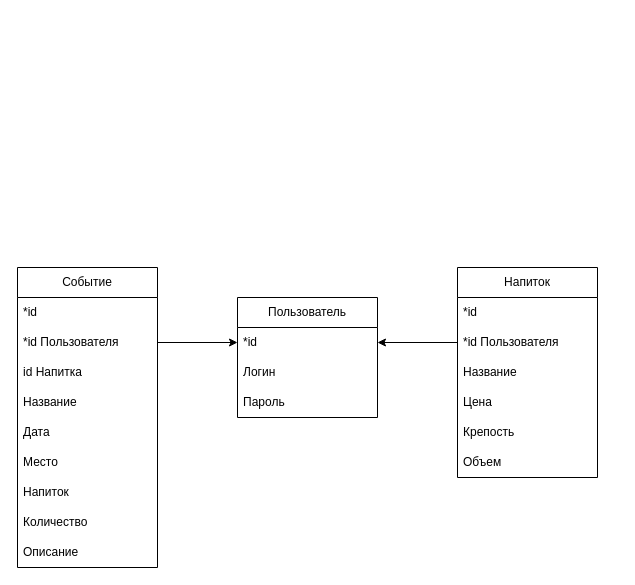
Above: docs/relational.drawio in Urvatov/alco_calendar (draw.io), before the change. Source tidied: cells renumbered, new cells numbered last; positions are measured from the earlier drawing's top-left corner, leaving out a move shared by most shapes. Both pictures are drawn from the tidied source at 100%, with x=0, y=0 at pixel (17, 267).
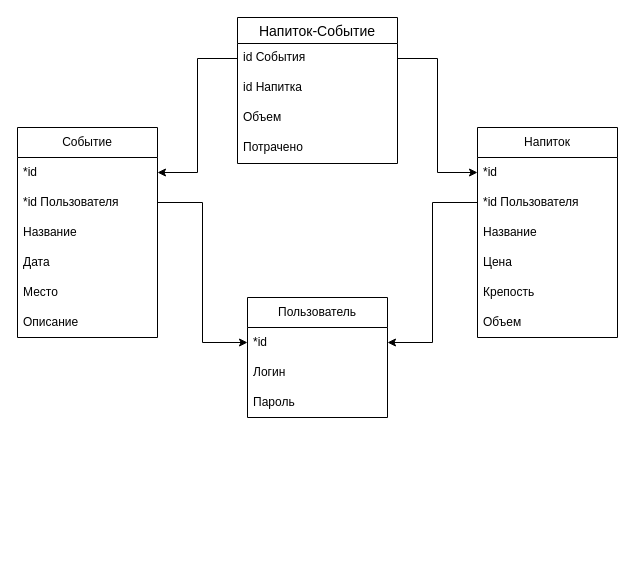
After the change.

Unchanged cells that the change refers to:
```xml
<mxCell id="7" value="*id" style="text;strokeColor=none;fillColor=none;align=left;verticalAlign=middle;spacingLeft=4;spacingRight=4;overflow=hidden;points=[[0,0.5],[1,0.5]];portConstraint=eastwest;whiteSpace=wrap;html=1;" parent="6" vertex="1">
  <mxGeometry y="30" width="140" height="30" as="geometry" />
</mxCell>
<mxCell id="17" value="*id" style="text;strokeColor=none;fillColor=none;align=left;verticalAlign=middle;spacingLeft=4;spacingRight=4;overflow=hidden;points=[[0,0.5],[1,0.5]];portConstraint=eastwest;whiteSpace=wrap;html=1;" parent="16" vertex="1">
  <mxGeometry y="30" width="140" height="30" as="geometry" />
</mxCell>
```

What changed in the source:
```diff
@@
     <mxCell id="2" value="Пользователь" style="swimlane;fontStyle=0;horizontal=1;startSize=30;whiteSpace=wrap;html=1;" parent="1" vertex="1">
-      <mxGeometry x="220" y="30" width="140" height="120" as="geometry" />
+      <mxGeometry x="230" y="30" width="140" height="120" as="geometry" />
     </mxCell>
@@
     <mxCell id="6" value="Событие" style="swimlane;fontStyle=0;horizontal=1;startSize=30;whiteSpace=wrap;html=1;" parent="1" vertex="1">
-      <mxGeometry width="140" height="300" as="geometry" />
+      <mxGeometry y="-140" width="140" height="210" as="geometry" />
     </mxCell>
@@
-    <mxCell id="9" value="id Напитка" style="text;strokeColor=none;fillColor=none;align=left;verticalAlign=middle;spacingLeft=4;spacingRight=4;overflow=hidden;whiteSpace=wrap;html=1;" parent="6" vertex="1">
-      <mxGeometry y="90" width="140" height="30" as="geometry" />
-    </mxCell>
     <mxCell id="10" value="Название" style="text;strokeColor=none;fillColor=none;align=left;verticalAlign=middle;spacingLeft=4;spacingRight=4;overflow=hidden;whiteSpace=wrap;html=1;" parent="6" vertex="1">
-      <mxGeometry y="120" width="140" height="30" as="geometry" />
+      <mxGeometry y="90" width="140" height="30" as="geometry" />
     </mxCell>
     <mxCell id="11" value="Дата" style="text;strokeColor=none;fillColor=none;align=left;verticalAlign=middle;spacingLeft=4;spacingRight=4;overflow=hidden;whiteSpace=wrap;html=1;" parent="6" vertex="1">
-      <mxGeometry y="150" width="140" height="30" as="geometry" />
+      <mxGeometry y="120" width="140" height="30" as="geometry" />
     </mxCell>
     <mxCell id="12" value="Место" style="text;strokeColor=none;fillColor=none;align=left;verticalAlign=middle;spacingLeft=4;spacingRight=4;overflow=hidden;whiteSpace=wrap;html=1;" parent="6" vertex="1">
-      <mxGeometry y="180" width="140" height="30" as="geometry" />
+      <mxGeometry y="150" width="140" height="30" as="geometry" />
     </mxCell>
-    <mxCell id="13" value="Напиток" style="text;strokeColor=none;fillColor=none;align=left;verticalAlign=middle;spacingLeft=4;spacingRight=4;overflow=hidden;whiteSpace=wrap;html=1;" parent="6" vertex="1">
-      <mxGeometry y="210" width="140" height="30" as="geometry" />
-    </mxCell>
-    <mxCell id="14" value="Количество" style="text;strokeColor=none;fillColor=none;align=left;verticalAlign=middle;spacingLeft=4;spacingRight=4;overflow=hidden;whiteSpace=wrap;html=1;" parent="6" vertex="1">
-      <mxGeometry y="240" width="140" height="30" as="geometry" />
-    </mxCell>
     <mxCell id="15" value="Описание" style="text;strokeColor=none;fillColor=none;align=left;verticalAlign=middle;spacingLeft=4;spacingRight=4;overflow=hidden;whiteSpace=wrap;html=1;" parent="6" vertex="1">
-      <mxGeometry y="270" width="140" height="30" as="geometry" />
+      <mxGeometry y="180" width="140" height="30" as="geometry" />
     </mxCell>
     <mxCell id="16" value="Напиток" style="swimlane;fontStyle=0;horizontal=1;startSize=30;whiteSpace=wrap;html=1;" parent="1" vertex="1">
-      <mxGeometry x="440" width="140" height="210" as="geometry" />
+      <mxGeometry x="460" y="-140" width="140" height="210" as="geometry" />
     </mxCell>
@@
+    <mxCell id="25" value="Напиток-Событие" style="swimlane;fontStyle=0;horizontal=1;startSize=26;align=center;fontSize=14;" parent="1" vertex="1">
+      <mxGeometry x="220" y="-250" width="160" height="146" as="geometry" />
+    </mxCell>
+    <mxCell id="26" value="id События" style="text;strokeColor=none;fillColor=none;spacingLeft=4;spacingRight=4;overflow=hidden;points=[[0,0.5],[1,0.5]];portConstraint=eastwest;fontSize=12;whiteSpace=wrap;html=1;" parent="25" vertex="1">
+      <mxGeometry y="26" width="160" height="30" as="geometry" />
+    </mxCell>
+    <mxCell id="9" value="id Напитка" style="text;strokeColor=none;fillColor=none;spacingLeft=4;spacingRight=4;overflow=hidden;fontSize=12;whiteSpace=wrap;html=1;" parent="25" vertex="1">
+      <mxGeometry y="56" width="160" height="30" as="geometry" />
+    </mxCell>
+    <mxCell id="27" value="Объем" style="text;strokeColor=none;fillColor=none;spacingLeft=4;spacingRight=4;overflow=hidden;fontSize=12;whiteSpace=wrap;html=1;" parent="25" vertex="1">
+      <mxGeometry y="86" width="160" height="30" as="geometry" />
+    </mxCell>
+    <mxCell id="28" value="Потрачено" style="text;strokeColor=none;fillColor=none;spacingLeft=4;spacingRight=4;overflow=hidden;fontSize=12;whiteSpace=wrap;html=1;" parent="25" vertex="1">
+      <mxGeometry y="116" width="160" height="30" as="geometry" />
+    </mxCell>
+    <mxCell id="29" style="edgeStyle=orthogonalEdgeStyle;rounded=0;jettySize=auto;html=1;exitX=0;exitY=0.5;exitDx=0;exitDy=0;entryX=1;entryY=0.5;entryDx=0;entryDy=0;" parent="1" edge="1" source="26" target="7">
+      <mxGeometry relative="1" as="geometry" />
+    </mxCell>
+    <mxCell id="30" style="edgeStyle=orthogonalEdgeStyle;rounded=0;jettySize=auto;html=1;exitX=1;exitY=0.5;exitDx=0;exitDy=0;entryX=0;entryY=0.5;entryDx=0;entryDy=0;" parent="1" edge="1" source="26" target="17">
+      <mxGeometry relative="1" as="geometry" />
+    </mxCell>
```
